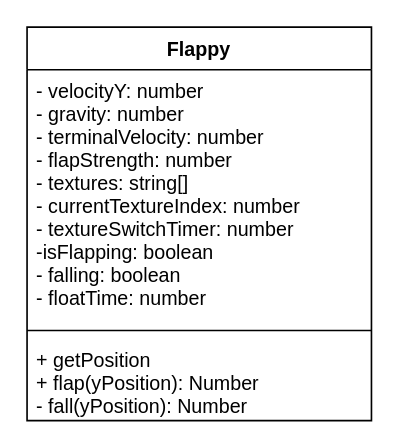
This is classdiagrams/flappyDiagram.drawio from MTHS-ICS4U-1-2024/ICS4U-Final-Project-Yuri-and-Alex, a draw.io file, before an edit. Source tidied: cells renumbered, new cells numbered last; positions are measured from the earlier drawing's top-left corner, leaving out a move shared by most shapes. Both pictures are drawn from the tidied source at 164%, with x=0, y=0 at pixel (26, 26).
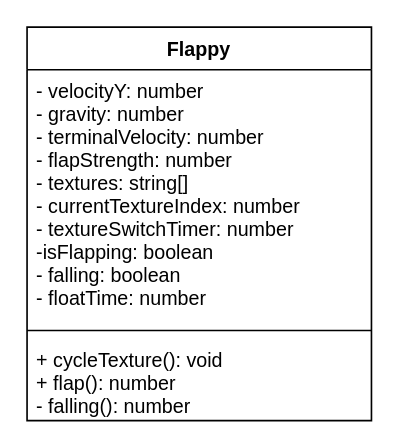
The same page after the edit.

What changed in the source:
```diff
@@
 <mxGraphModel>
   <root>
     <mxCell id="0" />
     <mxCell id="1" parent="0" />
     <mxCell id="2" value="Flappy" style="swimlane;fontStyle=1;align=center;verticalAlign=top;horizontal=1;startSize=26;" parent="1" vertex="1">
       <mxGeometry width="210" height="240" as="geometry" />
     </mxCell>
     <mxCell id="3" value="- velocityY: number&#10;- gravity: number&#10;- terminalVelocity: number&#10;- flapStrength: number&#10;- textures: string[]&#10;- currentTextureIndex: number&#10;- textureSwitchTimer: number&#10;-isFlapping: boolean&#10;- falling: boolean&#10;- floatTime: number&#10;" style="text;strokeColor=none;fillColor=none;align=left;verticalAlign=top;spacingLeft=4;spacingRight=4;overflow=hidden;" parent="2" vertex="1">
       <mxGeometry y="26" width="210" height="154" as="geometry" />
     </mxCell>
     <mxCell id="4" style="line;strokeWidth=1;fillColor=none;align=left;verticalAlign=middle;spacingTop=-1;spacingLeft=3;spacingRight=3;labelPosition=right;strokeColor=inherit;" parent="2" vertex="1">
       <mxGeometry y="180" width="210" height="10" as="geometry" />
     </mxCell>
-    <mxCell id="5" value="+ getPosition&#10;+ flap(yPosition): Number &#10;- fall(yPosition): Number&#10;" style="text;strokeColor=none;fillColor=none;align=left;verticalAlign=top;spacingLeft=4;spacingRight=4;overflow=hidden;" parent="2" vertex="1">
+    <mxCell id="5" value="+ cycleTexture(): void &#10;+ flap(): number&#10;- falling(): number&#10;" style="text;strokeColor=none;fillColor=none;align=left;verticalAlign=top;spacingLeft=4;spacingRight=4;overflow=hidden;" parent="2" vertex="1">
       <mxGeometry y="190" width="210" height="50" as="geometry" />
     </mxCell>
   </root>
 </mxGraphModel>
```
